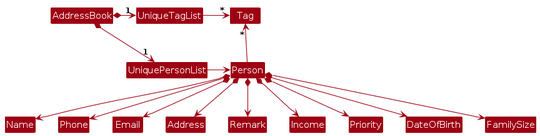
AY2425S1-CS2103T-F14b-1/tp keeps this PlantUML diagram as diagrams/BetterModelClassDiagram.png. Above is the earlier version. Its source is kept beside it as diagrams/BetterModelClassDiagram.puml.
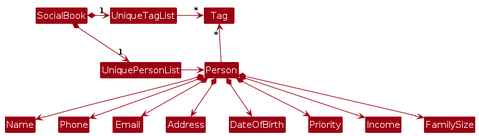
The same diagram one commit later.

The edit, as a diff of the source:
```diff
@@ -4,8 +4,8 @@
 skinparam arrowColor MODEL_COLOR
 skinparam classBackgroundColor MODEL_COLOR
 
-AddressBook *-right-> "1" UniquePersonList
-AddressBook *-right-> "1" UniqueTagList
+SocialBook *-right-> "1" UniquePersonList
+SocialBook *-right-> "1" UniqueTagList
 UniqueTagList -[hidden]down- UniquePersonList
 UniqueTagList -[hidden]down- UniquePersonList
 
@@ -18,9 +18,8 @@
 Person *--> Phone
 Person *--> Email
 Person *--> Address
-Person *--> Remark
+Person *--> DateOfBirth
+Person *--> Priority
 Person *--> Income
-Person *--> Priority
-Person *--> DateOfBirth
 Person *--> FamilySize
 @enduml
```
